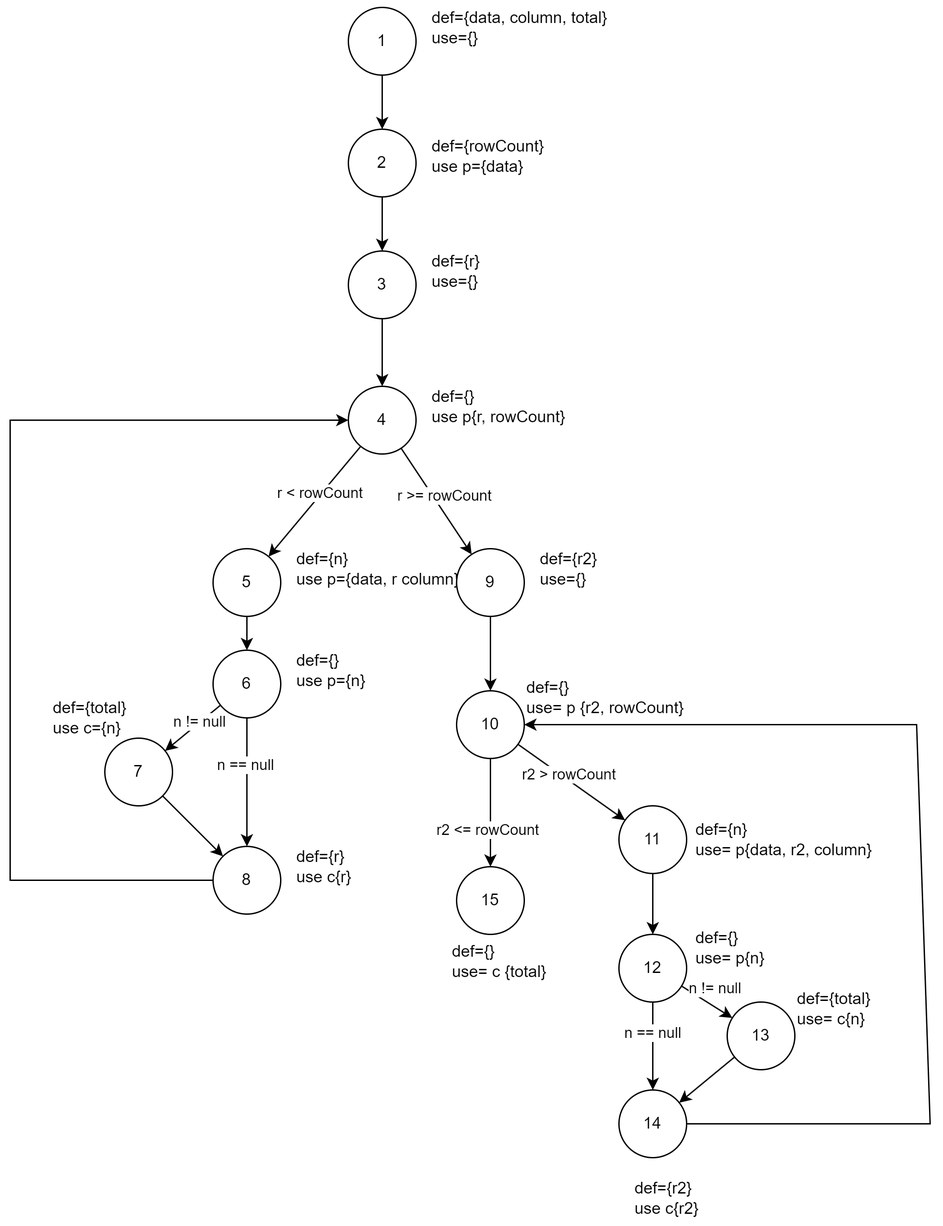
Above: media/Graph1.png in seng438-winter-2023/seng438-a3-Group8 (draw.io), before the change. Source tidied: cells renumbered, new cells last; positions are measured from the earlier drawing's top-left corner, leaving out a move shared by most shapes.
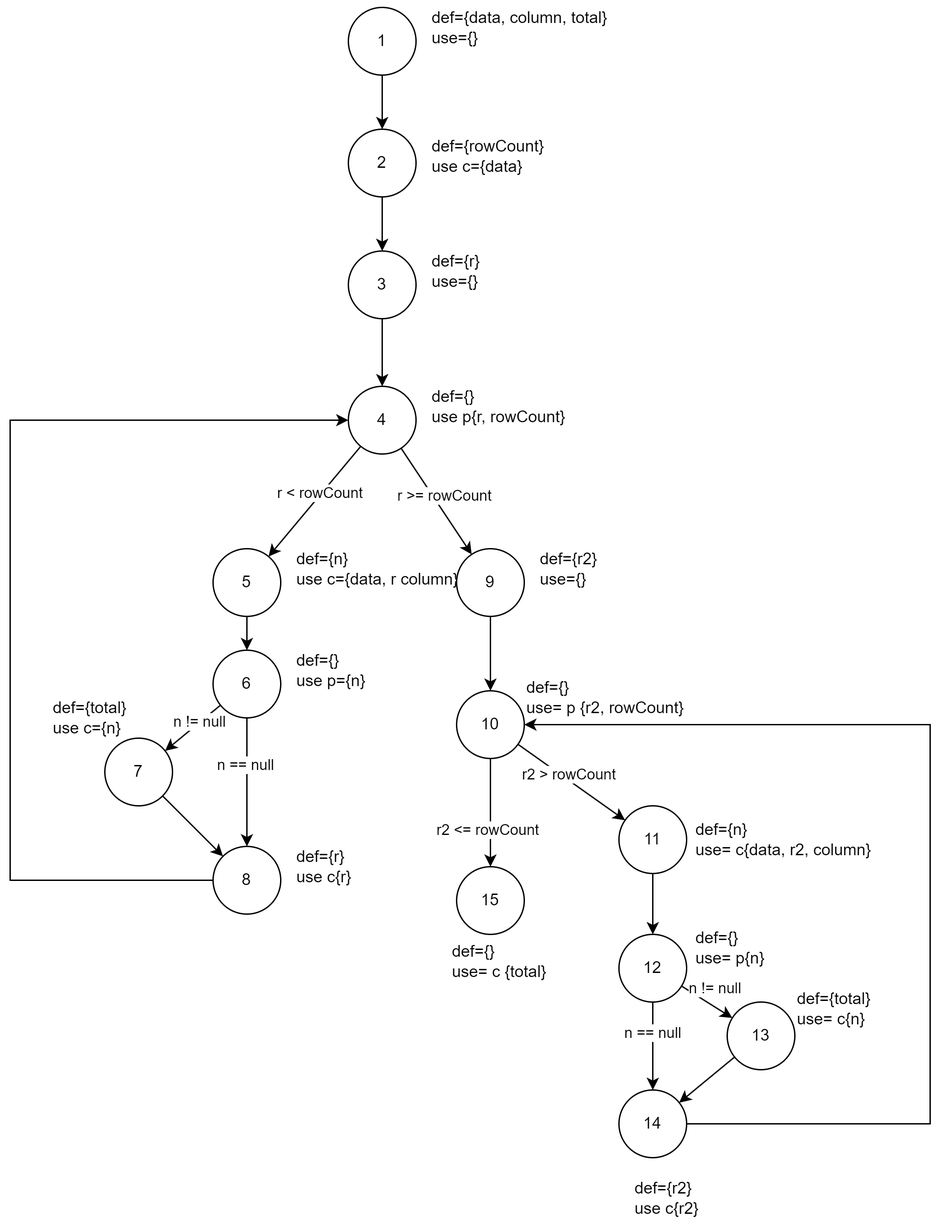
After the commit.

Change to the diagram source:
```diff
@@ -11,7 +11,7 @@
     <mxCell id="4" value="5" style="ellipse;whiteSpace=wrap;html=1;" parent="1" vertex="1">
       <mxGeometry x="150" y="405" width="50" height="50" as="geometry" />
     </mxCell>
-    <mxCell id="5" value="def={n}&lt;br&gt;use p={data, r column}" style="text;html=1;align=left;verticalAlign=middle;strokeColor=none;fillColor=none;" parent="1" vertex="1">
+    <mxCell id="5" value="def={n}&lt;br&gt;use c={data, r column}" style="text;html=1;align=left;verticalAlign=middle;strokeColor=none;fillColor=none;" parent="1" vertex="1">
       <mxGeometry x="210" y="400" width="140" height="40" as="geometry" />
     </mxCell>
     <mxCell id="6" value="6" style="ellipse;whiteSpace=wrap;html=1;" parent="1" vertex="1">
@@ -99,7 +99,7 @@
     <mxCell id="31" value="2" style="ellipse;whiteSpace=wrap;html=1;" parent="1" vertex="1">
       <mxGeometry x="250" y="95" width="50" height="50" as="geometry" />
     </mxCell>
-    <mxCell id="32" value="def={rowCount}&lt;br&gt;use p={data}" style="text;html=1;align=left;verticalAlign=middle;strokeColor=none;fillColor=none;" parent="1" vertex="1">
+    <mxCell id="32" value="def={rowCount}&lt;br&gt;use c={data}" style="text;html=1;align=left;verticalAlign=middle;strokeColor=none;fillColor=none;" parent="1" vertex="1">
       <mxGeometry x="310" y="95" width="110" height="40" as="geometry" />
     </mxCell>
     <mxCell id="33" style="endArrow=classic;html=1;rounded=0;" parent="1" edge="1" source="31" target="2">
@@ -117,7 +117,7 @@
     <mxCell id="37" value="11" style="ellipse;whiteSpace=wrap;html=1;" parent="1" vertex="1">
       <mxGeometry x="450" y="595" width="50" height="50" as="geometry" />
     </mxCell>
-    <mxCell id="38" value="def={n}&lt;br&gt;use= p{data, r2, column}" style="text;html=1;align=left;verticalAlign=middle;strokeColor=none;fillColor=none;" parent="1" vertex="1">
+    <mxCell id="38" value="def={n}&lt;br&gt;use= c{data, r2, column}" style="text;html=1;align=left;verticalAlign=middle;strokeColor=none;fillColor=none;" parent="1" vertex="1">
       <mxGeometry x="505" y="600" width="150" height="40" as="geometry" />
     </mxCell>
     <mxCell id="39" style="endArrow=classic;html=1;rounded=0;" parent="1" edge="1" source="23" target="37">
@@ -177,7 +177,7 @@
       <mxGeometry relative="1" as="geometry">
         <Array as="points">
           <mxPoint x="680" y="830" />
-          <mxPoint x="670" y="535" />
+          <mxPoint x="680" y="535" />
         </Array>
       </mxGeometry>
     </mxCell>
```
